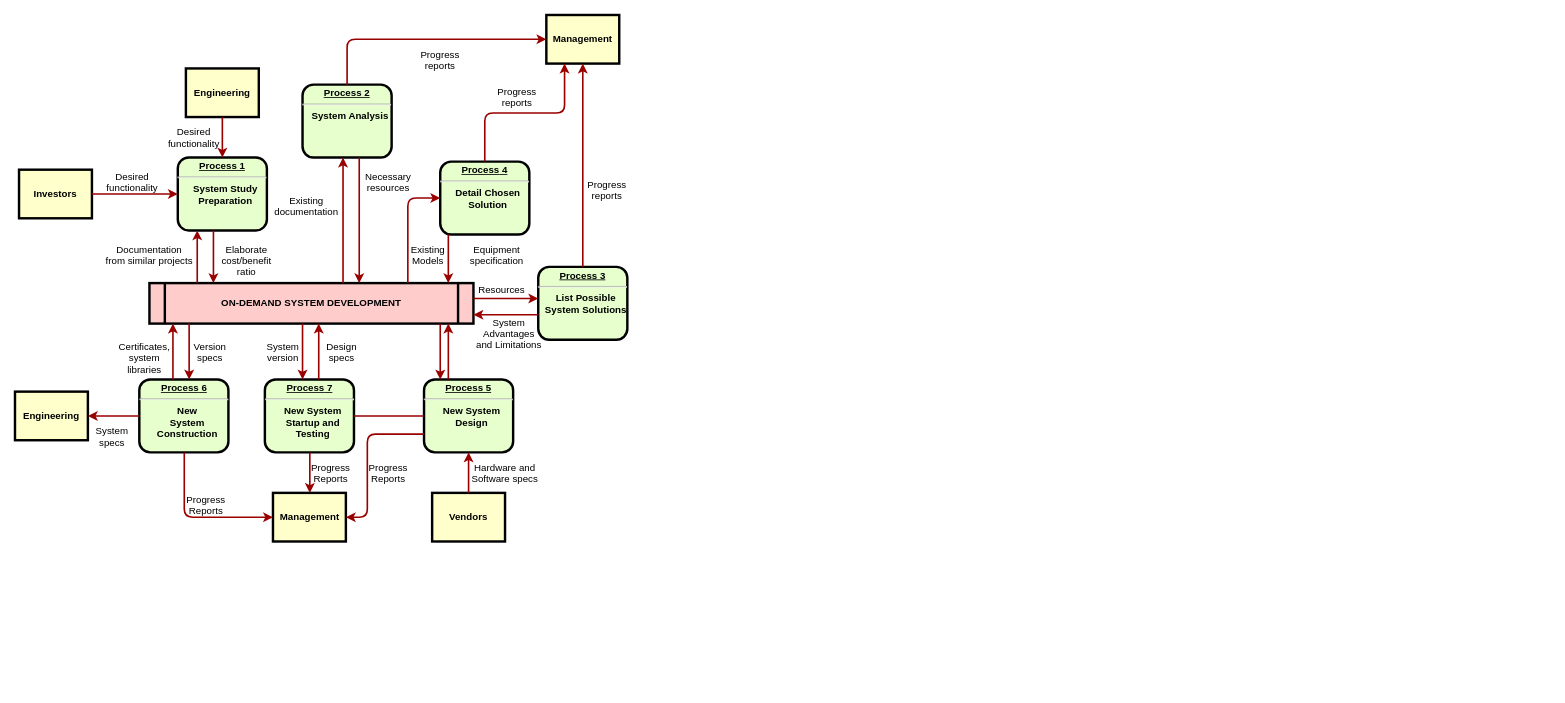
Earlier version of the draw.io diagram 未命名绘图.drawio (ai10879432/installipa). Source tidied: cells renumbered, new cells numbered last; positions are measured from the earlier drawing's top-left corner, leaving out a move shared by most shapes. Both pictures are drawn from the tidied source at 81%, with x=0, y=0 at pixel (15, 15).
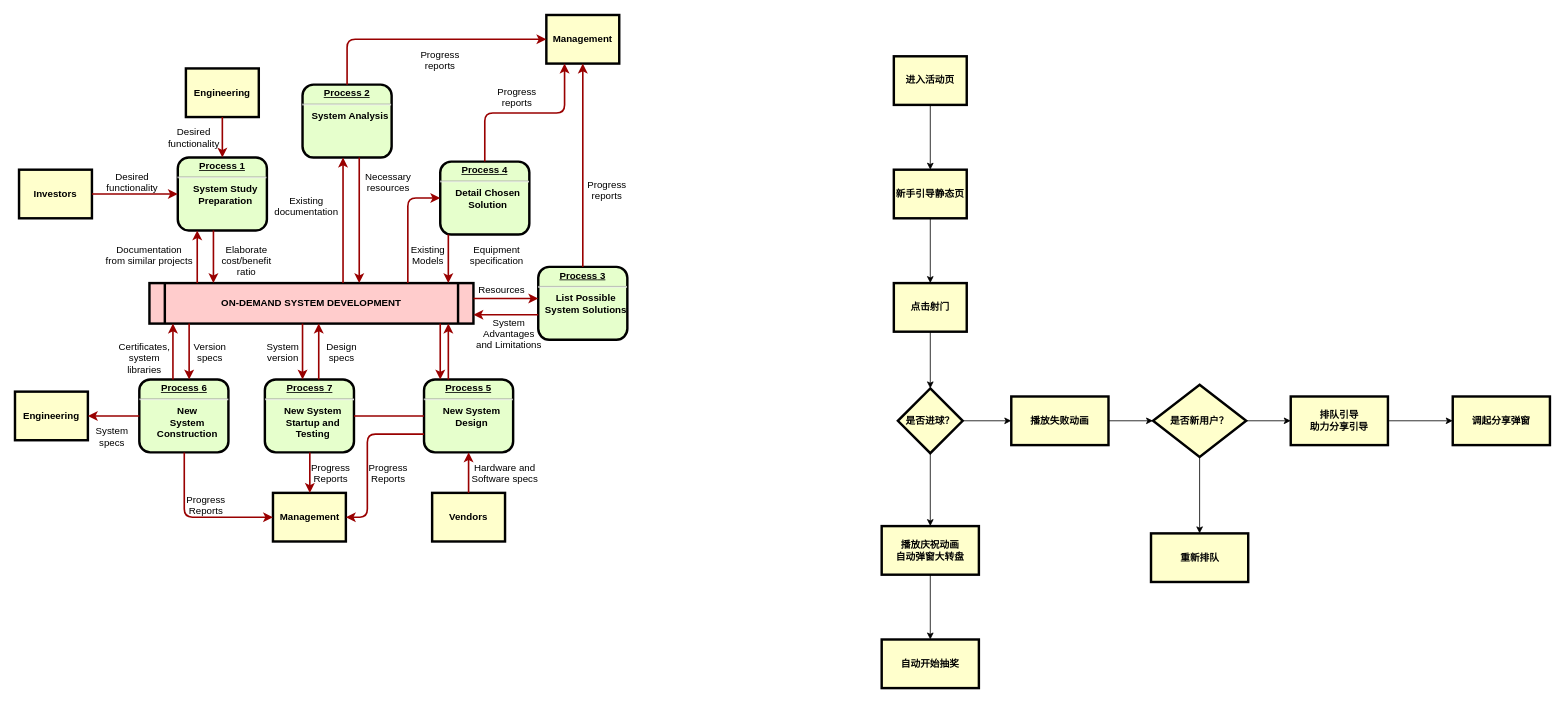
Above is the later version.

The edit, as a diff of the source:
```diff
@@
+    <mxCell id="63" style="edgeStyle=orthogonalEdgeStyle;rounded=0;jettySize=auto;html=1;" parent="1" edge="1" source="64" target="66">
+      <mxGeometry relative="1" as="geometry" />
+    </mxCell>
+    <mxCell id="64" value="进入活动页" style="whiteSpace=wrap;align=center;verticalAlign=middle;fontStyle=1;strokeWidth=3;fillColor=#FFFFCC;" parent="1" vertex="1">
+      <mxGeometry x="1085" y="51" width="90" height="60" as="geometry" />
+    </mxCell>
+    <mxCell id="65" style="edgeStyle=orthogonalEdgeStyle;rounded=0;jettySize=auto;html=1;" parent="1" edge="1" source="66" target="68">
+      <mxGeometry relative="1" as="geometry" />
+    </mxCell>
+    <mxCell id="66" value="新手引导静态页" style="whiteSpace=wrap;align=center;verticalAlign=middle;fontStyle=1;strokeWidth=3;fillColor=#FFFFCC;" parent="1" vertex="1">
+      <mxGeometry x="1085" y="191" width="90" height="60" as="geometry" />
+    </mxCell>
+    <mxCell id="67" style="edgeStyle=orthogonalEdgeStyle;rounded=0;jettySize=auto;html=1;" parent="1" edge="1" source="68" target="71">
+      <mxGeometry relative="1" as="geometry" />
+    </mxCell>
+    <mxCell id="68" value="点击射门" style="whiteSpace=wrap;align=center;verticalAlign=middle;fontStyle=1;strokeWidth=3;fillColor=#FFFFCC;" parent="1" vertex="1">
+      <mxGeometry x="1085" y="331" width="90" height="60" as="geometry" />
+    </mxCell>
+    <mxCell id="69" style="edgeStyle=orthogonalEdgeStyle;rounded=0;jettySize=auto;html=1;" parent="1" edge="1" source="71" target="73">
+      <mxGeometry relative="1" as="geometry" />
+    </mxCell>
+    <mxCell id="70" style="edgeStyle=orthogonalEdgeStyle;rounded=0;jettySize=auto;html=1;" parent="1" edge="1" source="71" target="76">
+      <mxGeometry relative="1" as="geometry" />
+    </mxCell>
+    <mxCell id="71" value="是否进球？" style="rhombus;whiteSpace=wrap;html=1;fillColor=#FFFFCC;fontStyle=1;strokeWidth=3;" parent="1" vertex="1">
+      <mxGeometry x="1090" y="461" width="80" height="80" as="geometry" />
+    </mxCell>
+    <mxCell id="72" style="edgeStyle=orthogonalEdgeStyle;rounded=0;jettySize=auto;html=1;" parent="1" edge="1" source="73" target="74">
+      <mxGeometry relative="1" as="geometry" />
+    </mxCell>
+    <mxCell id="73" value="播放庆祝动画&lt;div&gt;自动弹窗大转盘&lt;/div&gt;" style="whiteSpace=wrap;html=1;fillColor=#FFFFCC;fontStyle=1;strokeWidth=3;" parent="1" vertex="1">
+      <mxGeometry x="1070" y="631" width="120" height="60" as="geometry" />
+    </mxCell>
+    <mxCell id="74" value="自动开始抽奖" style="whiteSpace=wrap;html=1;fillColor=#FFFFCC;fontStyle=1;strokeWidth=3;" parent="1" vertex="1">
+      <mxGeometry x="1070" y="771" width="120" height="60" as="geometry" />
+    </mxCell>
+    <mxCell id="75" style="edgeStyle=orthogonalEdgeStyle;rounded=0;jettySize=auto;html=1;" parent="1" edge="1" source="76" target="79">
+      <mxGeometry relative="1" as="geometry" />
+    </mxCell>
+    <mxCell id="76" value="播放失败动画" style="whiteSpace=wrap;html=1;fillColor=#FFFFCC;fontStyle=1;strokeWidth=3;" parent="1" vertex="1">
+      <mxGeometry x="1230" y="471" width="120" height="60" as="geometry" />
+    </mxCell>
+    <mxCell id="77" style="edgeStyle=orthogonalEdgeStyle;rounded=0;jettySize=auto;html=1;" parent="1" edge="1" source="79" target="81">
+      <mxGeometry relative="1" as="geometry" />
+    </mxCell>
+    <mxCell id="78" style="edgeStyle=orthogonalEdgeStyle;rounded=0;jettySize=auto;html=1;" parent="1" edge="1" source="79" target="82">
+      <mxGeometry relative="1" as="geometry" />
+    </mxCell>
+    <mxCell id="79" value="是否新用户？" style="rhombus;whiteSpace=wrap;html=1;fillColor=#FFFFCC;fontStyle=1;strokeWidth=3;" parent="1" vertex="1">
+      <mxGeometry x="1405" y="456.5" width="115" height="89" as="geometry" />
+    </mxCell>
+    <mxCell id="80" style="edgeStyle=orthogonalEdgeStyle;rounded=0;jettySize=auto;html=1;" parent="1" edge="1" source="81" target="83">
+      <mxGeometry relative="1" as="geometry" />
+    </mxCell>
+    <mxCell id="81" value="排队引导&lt;div&gt;助力分享引导&lt;/div&gt;" style="whiteSpace=wrap;html=1;fillColor=#FFFFCC;fontStyle=1;strokeWidth=3;" parent="1" vertex="1">
+      <mxGeometry x="1575" y="471" width="120" height="60" as="geometry" />
+    </mxCell>
+    <mxCell id="82" value="重新排队" style="whiteSpace=wrap;html=1;fillColor=#FFFFCC;fontStyle=1;strokeWidth=3;" parent="1" vertex="1">
+      <mxGeometry x="1402.5" y="640" width="120" height="60" as="geometry" />
+    </mxCell>
+    <mxCell id="83" value="调起分享弹窗" style="whiteSpace=wrap;html=1;fillColor=#FFFFCC;fontStyle=1;strokeWidth=3;" parent="1" vertex="1">
+      <mxGeometry x="1775" y="471" width="120" height="60" as="geometry" />
+    </mxCell>
```
